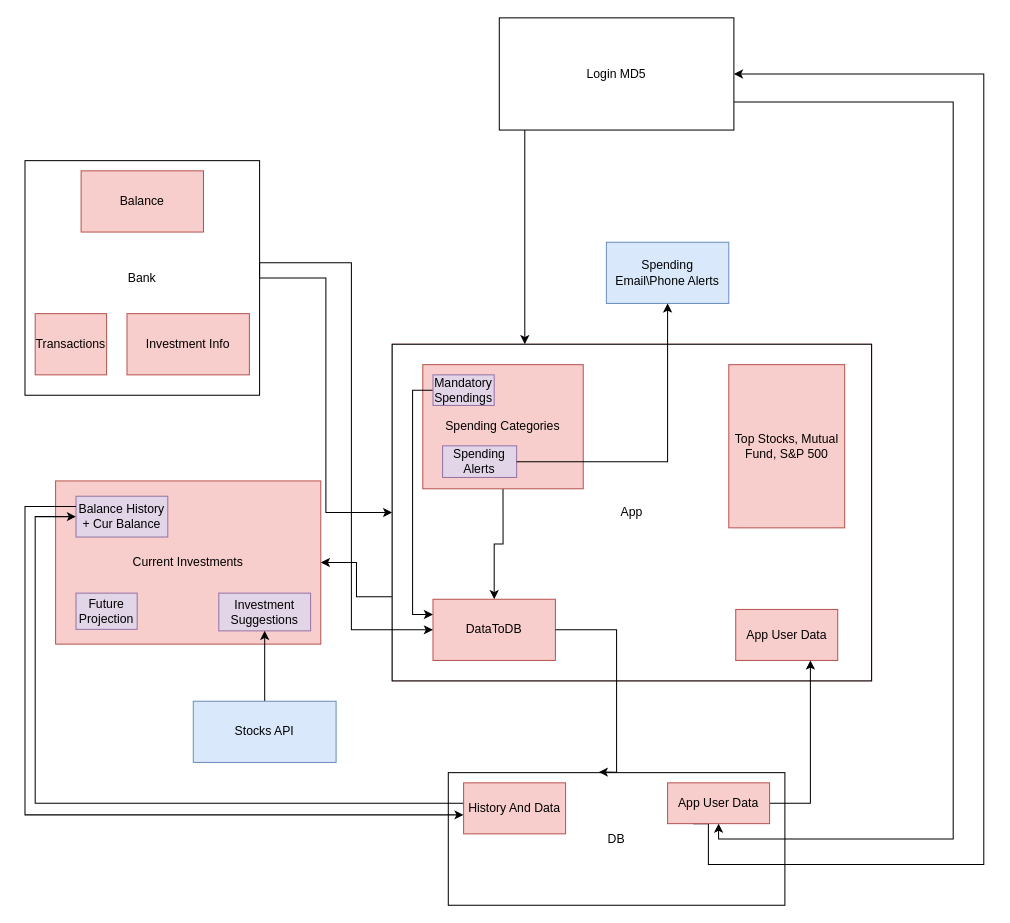
Above: Finance.drawio in nadavbsc12/FinanceDiagram (draw.io), before the change. Source tidied: cells renumbered, new cells numbered last; positions are measured from the earlier drawing's top-left corner, leaving out a move shared by most shapes. Both pictures are drawn from the tidied source at 102%, with x=0, y=0 at pixel (24, 17).
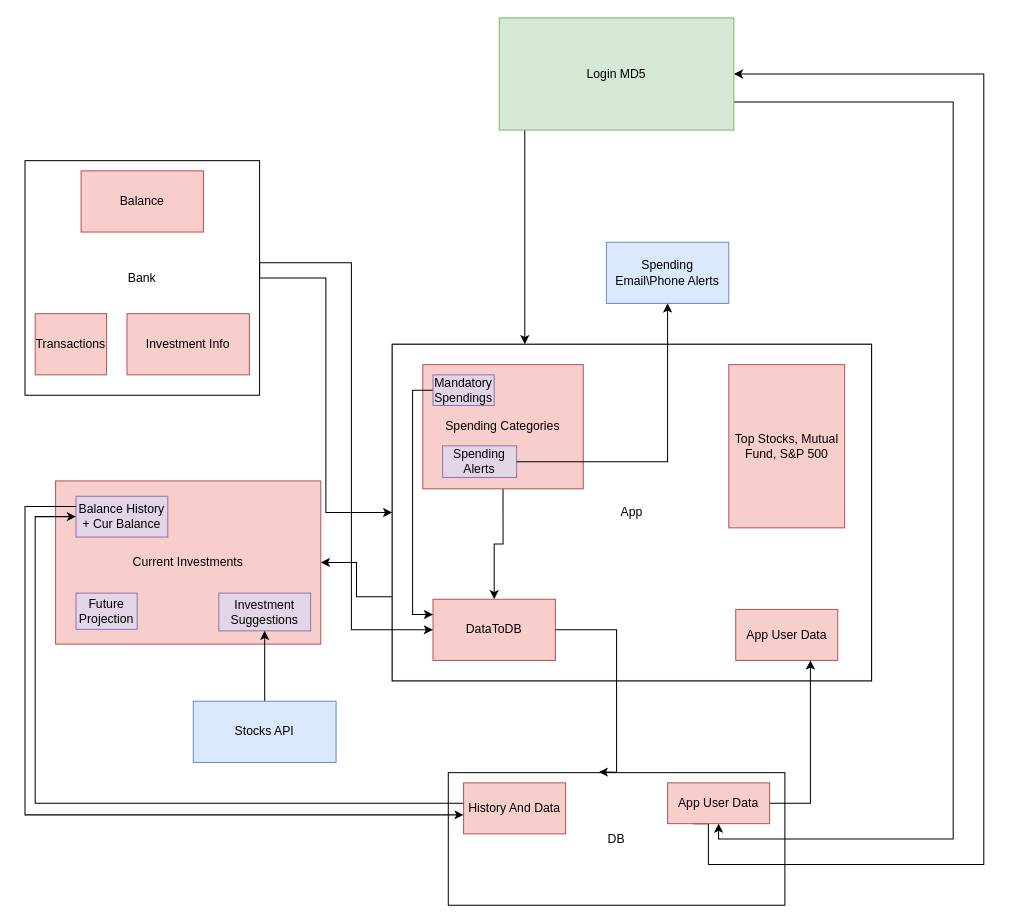
The same diagram, later.

The edit, as a diff of the source:
```diff
@@
-    <mxCell id="39" value="Login MD5" style="rounded=0;whiteSpace=wrap;html=1;" parent="1" vertex="1">
+    <mxCell id="39" value="Login MD5" style="rounded=0;whiteSpace=wrap;html=1;fillColor=#d5e8d4;strokeColor=#82b366;" parent="1" vertex="1">
       <mxGeometry x="465" width="230" height="110" as="geometry" />
     </mxCell>
```
